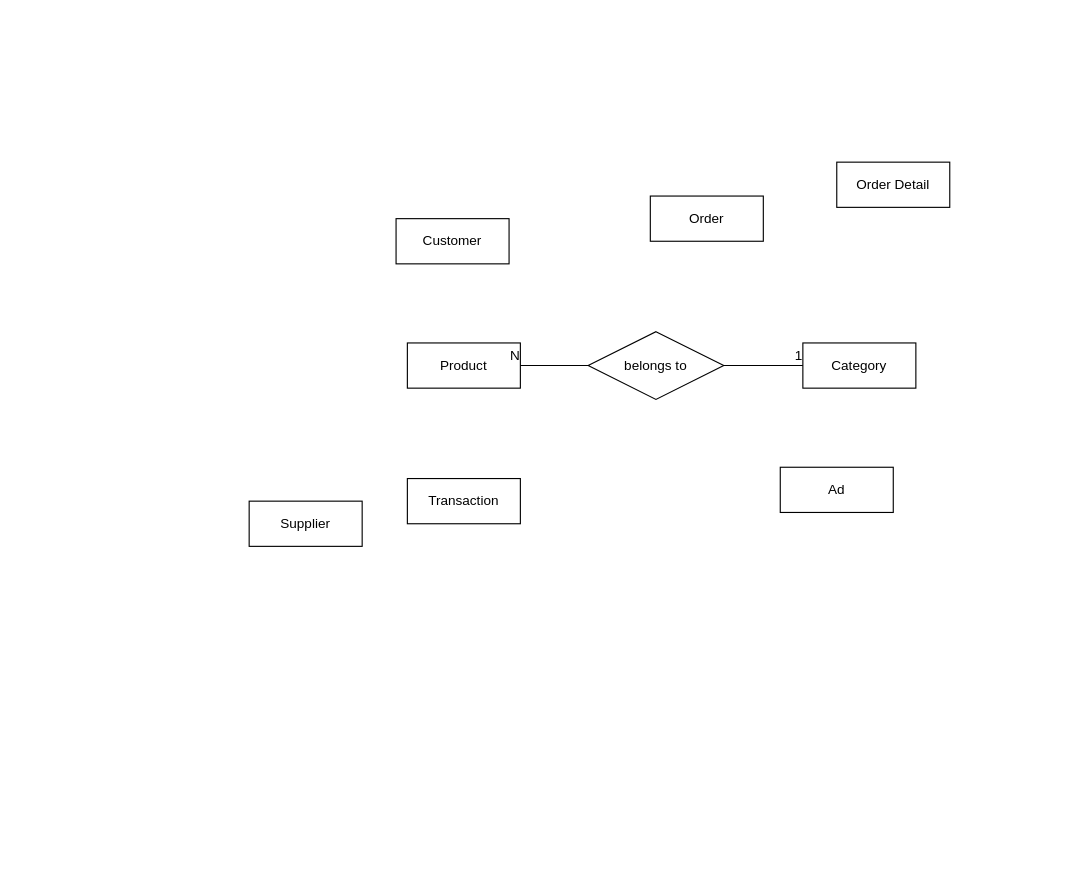
Earlier version of the draw.io diagram E_R_Diagram/Diego_ER.drawio (diego-karsa/Data-Management-Group-15). Source tidied: cells renumbered, new cells numbered last; positions are measured from the earlier drawing's top-left corner, leaving out a move shared by most shapes. Both pictures are drawn from the tidied source at 113%, with x=0, y=0 at pixel (249, 162).
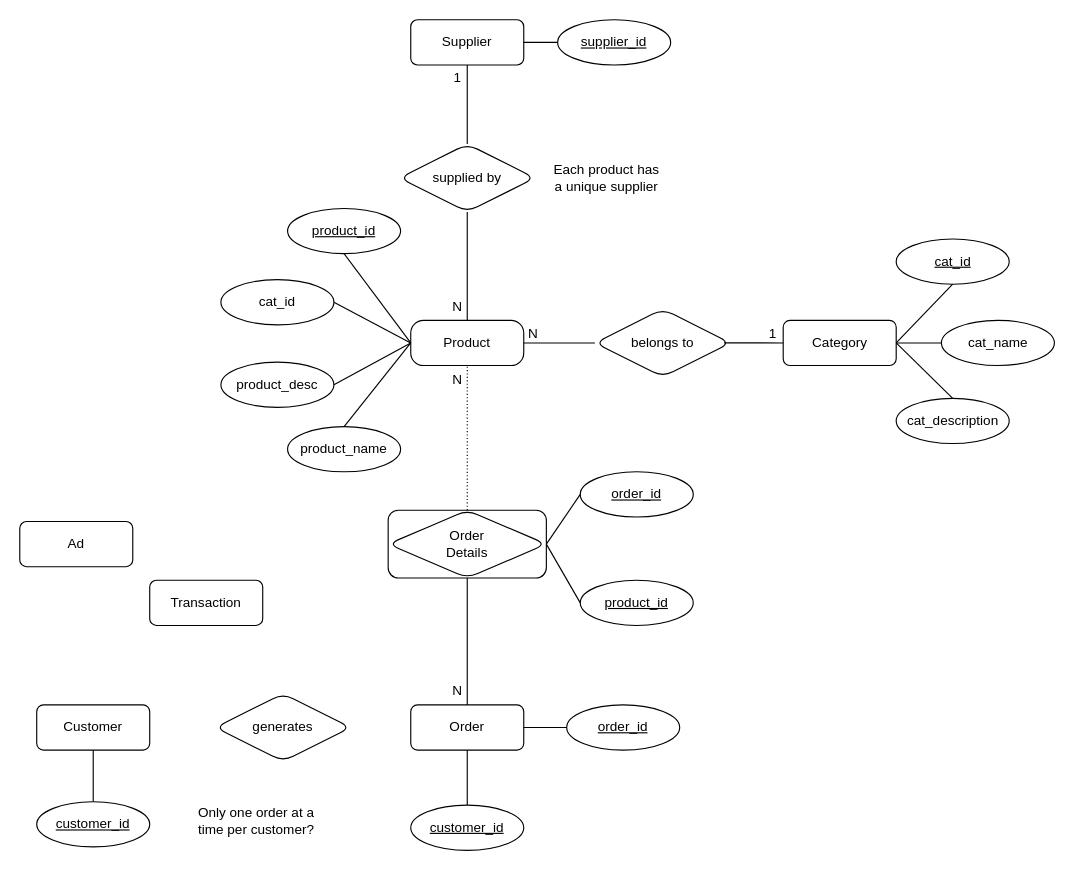
After the change.

Diff of the diagram source:
```diff
@@
-    <mxCell id="2" value="Customer" style="whiteSpace=wrap;html=1;align=center;" parent="1" vertex="1">
-      <mxGeometry x="130" y="50" width="100" height="40" as="geometry" />
+    <mxCell id="2" value="Customer" style="whiteSpace=wrap;html=1;align=center;rounded=1;" parent="1" vertex="1">
+      <mxGeometry x="-188" y="480.3" width="100" height="40" as="geometry" />
     </mxCell>
-    <mxCell id="3" value="Product" style="whiteSpace=wrap;html=1;align=center;" parent="1" vertex="1">
-      <mxGeometry x="140" y="160" width="100" height="40" as="geometry" />
+    <mxCell id="3" value="Product" style="whiteSpace=wrap;html=1;align=center;rounded=1;arcSize=28;" parent="1" vertex="1">
+      <mxGeometry x="143" y="140" width="100" height="40" as="geometry" />
     </mxCell>
-    <mxCell id="4" value="Order" style="whiteSpace=wrap;html=1;align=center;" parent="1" vertex="1">
-      <mxGeometry x="355" y="30" width="100" height="40" as="geometry" />
+    <mxCell id="4" value="Order" style="whiteSpace=wrap;html=1;align=center;rounded=1;" parent="1" vertex="1">
+      <mxGeometry x="143" y="480.3" width="100" height="40" as="geometry" />
     </mxCell>
-    <mxCell id="5" value="Order Detail" style="whiteSpace=wrap;html=1;align=center;" parent="1" vertex="1">
-      <mxGeometry x="520" width="100" height="40" as="geometry" />
-    </mxCell>
-    <mxCell id="6" value="Transaction" style="whiteSpace=wrap;html=1;align=center;" parent="1" vertex="1">
-      <mxGeometry x="140" y="280" width="100" height="40" as="geometry" />
+    <mxCell id="6" value="Transaction" style="whiteSpace=wrap;html=1;align=center;rounded=1;" parent="1" vertex="1">
+      <mxGeometry x="-88" y="370" width="100" height="40" as="geometry" />
     </mxCell>
-    <mxCell id="7" value="Supplier" style="whiteSpace=wrap;html=1;align=center;" parent="1" vertex="1">
-      <mxGeometry y="300" width="100" height="40" as="geometry" />
+    <mxCell id="7" value="Supplier" style="whiteSpace=wrap;html=1;align=center;rounded=1;" parent="1" vertex="1">
+      <mxGeometry x="143" y="-126" width="100" height="40" as="geometry" />
     </mxCell>
-    <mxCell id="8" value="Category" style="whiteSpace=wrap;html=1;align=center;" parent="1" vertex="1">
-      <mxGeometry x="490" y="160" width="100" height="40" as="geometry" />
+    <mxCell id="8" value="Category" style="whiteSpace=wrap;html=1;align=center;rounded=1;" parent="1" vertex="1">
+      <mxGeometry x="472.6" y="140" width="100" height="40" as="geometry" />
     </mxCell>
-    <mxCell id="9" value="Ad" style="whiteSpace=wrap;html=1;align=center;" parent="1" vertex="1">
-      <mxGeometry x="470" y="270" width="100" height="40" as="geometry" />
+    <mxCell id="9" value="Ad" style="whiteSpace=wrap;html=1;align=center;rounded=1;" parent="1" vertex="1">
+      <mxGeometry x="-203" y="318" width="100" height="40" as="geometry" />
     </mxCell>
-    <mxCell id="10" value="belongs to" style="shape=rhombus;perimeter=rhombusPerimeter;whiteSpace=wrap;html=1;align=center;" parent="1" vertex="1">
-      <mxGeometry x="300" y="150" width="120" height="60" as="geometry" />
+    <mxCell id="10" value="belongs to" style="shape=rhombus;perimeter=rhombusPerimeter;whiteSpace=wrap;html=1;align=center;rounded=1;" parent="1" vertex="1">
+      <mxGeometry x="306" y="130" width="120" height="60" as="geometry" />
     </mxCell>
-    <mxCell id="11" style="endArrow=none;html=1;rounded=0;exitX=1;exitY=0.5;exitDx=0;exitDy=0;entryX=0;entryY=0.5;entryDx=0;entryDy=0;" parent="1" edge="1" source="10" target="8">
+    <mxCell id="11" style="endArrow=none;html=1;rounded=1;entryX=0;entryY=0.5;entryDx=0;entryDy=0;exitX=0.953;exitY=0.499;exitDx=0;exitDy=0;exitPerimeter=0;" parent="1" edge="1" source="10" target="8">
       <mxGeometry relative="1" as="geometry" />
     </mxCell>
-    <mxCell id="12" value="1" style="html=1;align=right;verticalAlign=bottom;" parent="11" vertex="1">
-      <mxGeometry x="1" relative="1" as="geometry" />
+    <mxCell id="12" value="1" style="html=1;align=right;verticalAlign=bottom;rounded=1;" parent="11" vertex="1">
+      <mxGeometry x="1" relative="1" as="geometry">
+        <mxPoint x="-5" as="offset" />
+      </mxGeometry>
     </mxCell>
-    <mxCell id="13" style="endArrow=none;html=1;rounded=0;exitX=0;exitY=0.5;exitDx=0;exitDy=0;entryX=1;entryY=0.5;entryDx=0;entryDy=0;" parent="1" edge="1" source="10" target="3">
+    <mxCell id="13" style="endArrow=none;html=1;rounded=1;exitX=0;exitY=0.5;exitDx=0;exitDy=0;entryX=1;entryY=0.5;entryDx=0;entryDy=0;" parent="1" edge="1" source="10" target="3">
       <mxGeometry relative="1" as="geometry" />
     </mxCell>
-    <mxCell id="14" value="N" style="html=1;align=right;verticalAlign=bottom;" parent="13" vertex="1">
-      <mxGeometry x="1" relative="1" as="geometry" />
+    <mxCell id="14" value="N" style="html=1;align=right;verticalAlign=bottom;rounded=1;" parent="13" vertex="1">
+      <mxGeometry x="1" relative="1" as="geometry">
+        <mxPoint x="13" as="offset" />
+      </mxGeometry>
     </mxCell>
+    <mxCell id="15" value="cat_id" style="ellipse;whiteSpace=wrap;html=1;align=center;fontStyle=4;rounded=1;" parent="1" vertex="1">
+      <mxGeometry x="572.6" y="68" width="100" height="40" as="geometry" />
+    </mxCell>
+    <mxCell id="16" value="cat_description" style="ellipse;whiteSpace=wrap;html=1;align=center;rounded=1;" parent="1" vertex="1">
+      <mxGeometry x="572.6" y="209" width="100" height="40" as="geometry" />
+    </mxCell>
+    <mxCell id="17" value="cat_name" style="ellipse;whiteSpace=wrap;html=1;align=center;rounded=1;" parent="1" vertex="1">
+      <mxGeometry x="612.6" y="140" width="100" height="40" as="geometry" />
+    </mxCell>
+    <mxCell id="18" style="endArrow=none;html=1;rounded=0;entryX=1;entryY=0.5;entryDx=0;entryDy=0;exitX=0.5;exitY=1;exitDx=0;exitDy=0;" parent="1" edge="1" source="15" target="8">
+      <mxGeometry relative="1" as="geometry" />
+    </mxCell>
+    <mxCell id="19" style="endArrow=none;html=1;rounded=0;exitX=1;exitY=0.5;exitDx=0;exitDy=0;entryX=0;entryY=0.5;entryDx=0;entryDy=0;" parent="1" edge="1" source="8" target="17">
+      <mxGeometry relative="1" as="geometry" />
+    </mxCell>
+    <mxCell id="20" style="endArrow=none;html=1;rounded=0;exitX=1;exitY=0.5;exitDx=0;exitDy=0;entryX=0.5;entryY=0;entryDx=0;entryDy=0;" parent="1" edge="1" source="8" target="16">
+      <mxGeometry relative="1" as="geometry" />
+    </mxCell>
+    <mxCell id="21" value="product_desc" style="ellipse;whiteSpace=wrap;html=1;align=center;rounded=1;" parent="1" vertex="1">
+      <mxGeometry x="-25" y="177" width="100" height="40" as="geometry" />
+    </mxCell>
+    <mxCell id="22" value="cat_id" style="ellipse;whiteSpace=wrap;html=1;align=center;rounded=1;" parent="1" vertex="1">
+      <mxGeometry x="-25" y="104" width="100" height="40" as="geometry" />
+    </mxCell>
+    <mxCell id="23" value="product_id" style="ellipse;whiteSpace=wrap;html=1;align=center;fontStyle=4;rounded=1;" parent="1" vertex="1">
+      <mxGeometry x="34" y="41" width="100" height="40" as="geometry" />
+    </mxCell>
+    <mxCell id="24" style="endArrow=none;html=1;rounded=0;exitX=0.5;exitY=1;exitDx=0;exitDy=0;entryX=0;entryY=0.5;entryDx=0;entryDy=0;" parent="1" edge="1" source="23" target="3">
+      <mxGeometry relative="1" as="geometry" />
+    </mxCell>
+    <mxCell id="25" value="product_name" style="ellipse;whiteSpace=wrap;html=1;align=center;rounded=1;" parent="1" vertex="1">
+      <mxGeometry x="34" y="234" width="100" height="40" as="geometry" />
+    </mxCell>
+    <mxCell id="26" style="endArrow=none;html=1;rounded=0;exitX=0;exitY=0.5;exitDx=0;exitDy=0;entryX=0.5;entryY=0;entryDx=0;entryDy=0;" parent="1" edge="1" source="3" target="25">
+      <mxGeometry relative="1" as="geometry" />
+    </mxCell>
+    <mxCell id="27" style="endArrow=none;html=1;rounded=0;exitX=1;exitY=0.5;exitDx=0;exitDy=0;entryX=0;entryY=0.5;entryDx=0;entryDy=0;" parent="1" edge="1" source="22" target="3">
+      <mxGeometry relative="1" as="geometry" />
+    </mxCell>
+    <mxCell id="28" style="endArrow=none;html=1;rounded=0;exitX=1;exitY=0.5;exitDx=0;exitDy=0;entryX=0;entryY=0.5;entryDx=0;entryDy=0;" parent="1" edge="1" source="21" target="3">
+      <mxGeometry relative="1" as="geometry" />
+    </mxCell>
+    <mxCell id="29" value="&lt;div&gt;Order&lt;/div&gt;&lt;div&gt;Details&lt;/div&gt;" style="shape=associativeEntity;whiteSpace=wrap;html=1;align=center;rounded=1;" parent="1" vertex="1">
+      <mxGeometry x="123" y="308" width="140" height="60" as="geometry" />
+    </mxCell>
+    <mxCell id="30" value="product_id" style="ellipse;whiteSpace=wrap;html=1;align=center;fontStyle=4;rounded=1;" parent="1" vertex="1">
+      <mxGeometry x="293" y="370" width="100" height="40" as="geometry" />
+    </mxCell>
+    <mxCell id="31" value="&lt;div&gt;order_id&lt;/div&gt;" style="ellipse;whiteSpace=wrap;html=1;align=center;fontStyle=4;rounded=1;" parent="1" vertex="1">
+      <mxGeometry x="293" y="274" width="100" height="40" as="geometry" />
+    </mxCell>
+    <mxCell id="32" style="endArrow=none;html=1;rounded=0;dashed=1;dashPattern=1 2;entryX=0.5;entryY=1;entryDx=0;entryDy=0;exitX=0.5;exitY=0;exitDx=0;exitDy=0;" parent="1" edge="1" source="29" target="3">
+      <mxGeometry relative="1" as="geometry" />
+    </mxCell>
+    <mxCell id="33" value="N" style="html=1;align=right;verticalAlign=bottom;rounded=1;" parent="32" vertex="1">
+      <mxGeometry x="1" relative="1" as="geometry">
+        <mxPoint x="-4" y="21" as="offset" />
+      </mxGeometry>
+    </mxCell>
+    <mxCell id="34" style="endArrow=none;html=1;rounded=0;entryX=0.5;entryY=0;entryDx=0;entryDy=0;exitX=0.5;exitY=1;exitDx=0;exitDy=0;" parent="1" edge="1" source="29" target="4">
+      <mxGeometry relative="1" as="geometry" />
+    </mxCell>
+    <mxCell id="35" value="N" style="html=1;align=right;verticalAlign=bottom;rounded=1;" parent="34" vertex="1">
+      <mxGeometry x="1" relative="1" as="geometry">
+        <mxPoint x="-4" y="-4" as="offset" />
+      </mxGeometry>
+    </mxCell>
+    <mxCell id="36" style="endArrow=none;html=1;rounded=0;entryX=0;entryY=0.5;entryDx=0;entryDy=0;exitX=1;exitY=0.5;exitDx=0;exitDy=0;" parent="1" edge="1" source="29" target="31">
+      <mxGeometry relative="1" as="geometry" />
+    </mxCell>
+    <mxCell id="37" style="endArrow=none;html=1;rounded=0;entryX=0;entryY=0.5;entryDx=0;entryDy=0;exitX=1;exitY=0.5;exitDx=0;exitDy=0;" parent="1" edge="1" source="29" target="30">
+      <mxGeometry relative="1" as="geometry" />
+    </mxCell>
+    <mxCell id="38" value="&lt;div&gt;order_id&lt;/div&gt;" style="ellipse;whiteSpace=wrap;html=1;align=center;fontStyle=4;rounded=1;" parent="1" vertex="1">
+      <mxGeometry x="281" y="480.3" width="100" height="40" as="geometry" />
+    </mxCell>
+    <mxCell id="39" style="endArrow=none;html=1;rounded=0;entryX=0;entryY=0.5;entryDx=0;entryDy=0;exitX=1;exitY=0.5;exitDx=0;exitDy=0;" parent="1" edge="1" source="4" target="38">
+      <mxGeometry relative="1" as="geometry" />
+    </mxCell>
+    <mxCell id="40" style="endArrow=none;html=1;rounded=0;exitX=0.5;exitY=1;exitDx=0;exitDy=0;entryX=0.5;entryY=0;entryDx=0;entryDy=0;" parent="1" edge="1" source="4" target="42">
+      <mxGeometry relative="1" as="geometry" />
+    </mxCell>
+    <mxCell id="41" value="Only one order at a&lt;br&gt;time per customer?" style="text;html=1;align=center;verticalAlign=middle;strokeColor=none;fillColor=none;" parent="1" vertex="1">
+      <mxGeometry x="-57" y="562" width="125" height="41" as="geometry" />
+    </mxCell>
+    <mxCell id="42" value="&lt;div&gt;customer_id&lt;/div&gt;" style="ellipse;whiteSpace=wrap;html=1;align=center;fontStyle=4;rounded=1;" parent="1" vertex="1">
+      <mxGeometry x="143" y="569" width="100" height="40" as="geometry" />
+    </mxCell>
+    <mxCell id="43" value="supplied by" style="shape=rhombus;perimeter=rhombusPerimeter;whiteSpace=wrap;html=1;align=center;rounded=1;" parent="1" vertex="1">
+      <mxGeometry x="133" y="-16" width="120" height="60" as="geometry" />
+    </mxCell>
+    <mxCell id="44" style="endArrow=none;html=1;rounded=1;entryX=0.5;entryY=1;entryDx=0;entryDy=0;exitX=0.5;exitY=0;exitDx=0;exitDy=0;" parent="1" edge="1" source="43" target="7">
+      <mxGeometry relative="1" as="geometry" />
+    </mxCell>
+    <mxCell id="45" value="1" style="html=1;align=right;verticalAlign=bottom;rounded=1;" parent="44" vertex="1">
+      <mxGeometry x="1" relative="1" as="geometry">
+        <mxPoint x="-5" y="20" as="offset" />
+      </mxGeometry>
+    </mxCell>
+    <mxCell id="46" style="endArrow=none;html=1;rounded=1;exitX=0.5;exitY=1;exitDx=0;exitDy=0;entryX=0.5;entryY=0;entryDx=0;entryDy=0;" parent="1" edge="1" source="43" target="3">
+      <mxGeometry relative="1" as="geometry" />
+    </mxCell>
+    <mxCell id="47" value="N" style="html=1;align=right;verticalAlign=bottom;rounded=1;" parent="46" vertex="1">
+      <mxGeometry x="1" relative="1" as="geometry">
+        <mxPoint x="-4" y="-4" as="offset" />
+      </mxGeometry>
+    </mxCell>
+    <mxCell id="48" value="supplier_id" style="ellipse;whiteSpace=wrap;html=1;align=center;fontStyle=4;rounded=1;" parent="1" vertex="1">
+      <mxGeometry x="273" y="-126" width="100" height="40" as="geometry" />
+    </mxCell>
+    <mxCell id="49" style="endArrow=none;html=1;rounded=0;entryX=0;entryY=0.5;entryDx=0;entryDy=0;exitX=1;exitY=0.5;exitDx=0;exitDy=0;" parent="1" edge="1" source="7" target="48">
+      <mxGeometry relative="1" as="geometry" />
+    </mxCell>
+    <mxCell id="50" value="Each product has&lt;br&gt; a unique supplier" style="text;html=1;align=center;verticalAlign=middle;strokeColor=none;fillColor=none;" parent="1" vertex="1">
+      <mxGeometry x="259" y="-6.5" width="114" height="41" as="geometry" />
+    </mxCell>
+    <mxCell id="51" value="generates" style="shape=rhombus;perimeter=rhombusPerimeter;whiteSpace=wrap;html=1;align=center;rounded=1;" parent="1" vertex="1">
+      <mxGeometry x="-30" y="470.3" width="120" height="60" as="geometry" />
+    </mxCell>
+    <mxCell id="52" style="endArrow=none;html=1;rounded=0;exitX=0.5;exitY=1;exitDx=0;exitDy=0;entryX=0.5;entryY=0;entryDx=0;entryDy=0;" parent="1" edge="1" source="2" target="53">
+      <mxGeometry relative="1" as="geometry" />
+    </mxCell>
+    <mxCell id="53" value="&lt;div&gt;customer_id&lt;/div&gt;" style="ellipse;whiteSpace=wrap;html=1;align=center;fontStyle=4;rounded=1;" parent="1" vertex="1">
+      <mxGeometry x="-188" y="566" width="100" height="40" as="geometry" />
+    </mxCell>
```
